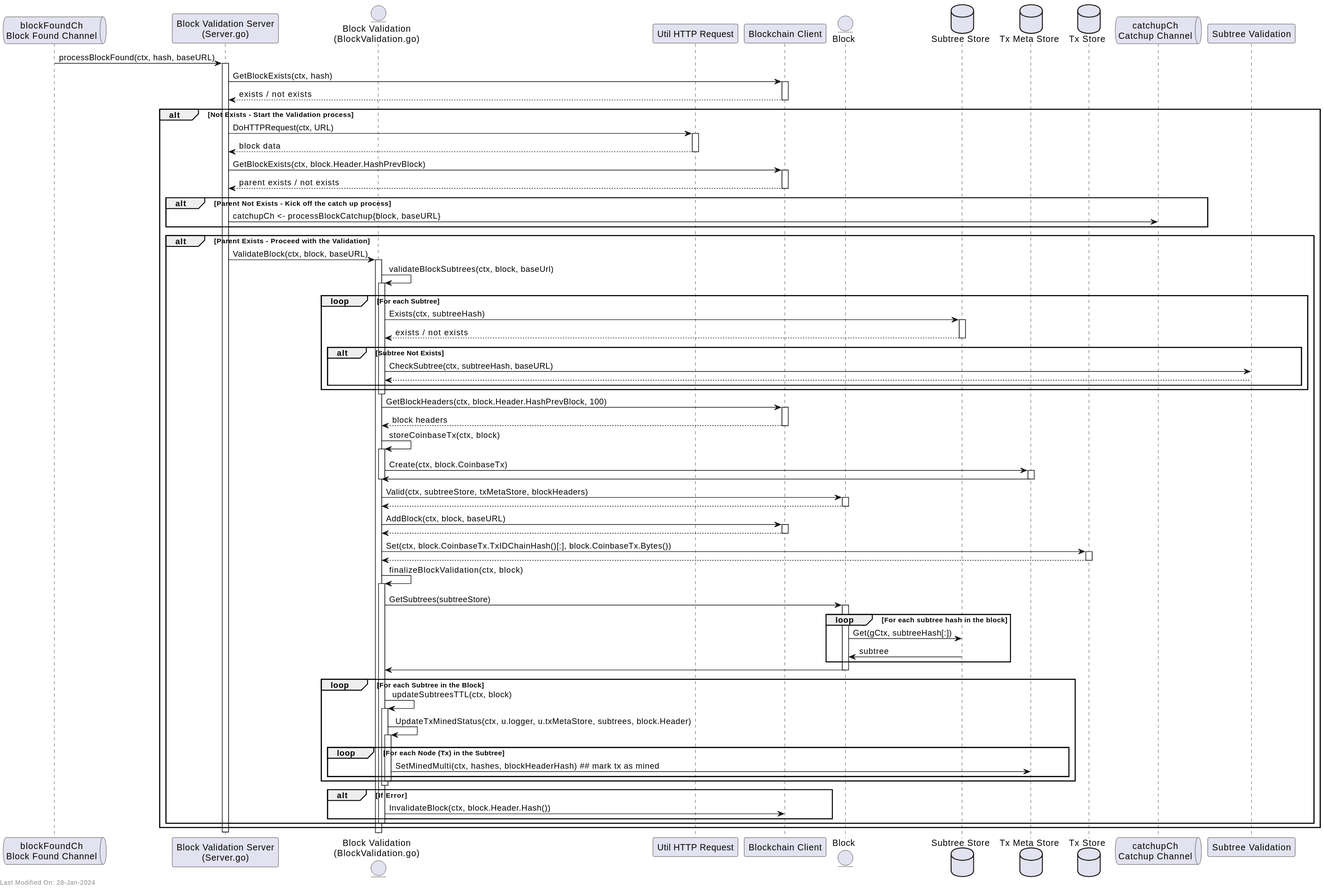
Before: docs/services/img/plantuml/blockvalidation/block_validation_p2p_block_validation.svg, a diagram exported from PlantUML (freemans13/teranode). Its source is kept beside it as docs/services/img/plantuml/blockvalidation/block_validation_p2p_block_validation.puml. The source it was exported from:
```plantuml
@startuml
queue "blockFoundCh\nBlock Found Channel" as BFC
participant "Block Validation Server\n(Server.go)" as BVS
entity "Block Validation\n(BlockValidation.go)" as BVVB
participant "Util HTTP Request" as Util
participant "Blockchain Client" as BC
entity "Block" as Block
database "Subtree Store" as SubtreeStore
database "Tx Meta Store" as TxMetaStore
database "Tx Store" as TxStore
queue "catchupCh\nCatchup Channel" as CCC
participant "Subtree Validation" as SVS

BFC -> BVS: processBlockFound(ctx, hash, baseURL)
activate BVS

BVS -> BC: GetBlockExists(ctx, hash)
activate BC
BC --> BVS: exists / not exists
deactivate BC

alt Not Exists - Start the Validation process
    BVS -> Util: DoHTTPRequest(ctx, URL)
    activate Util
    Util --> BVS: block data
    deactivate Util

    BVS -> BC: GetBlockExists(ctx, block.Header.HashPrevBlock)
    activate BC
    BC --> BVS: parent exists / not exists
    deactivate BC

    alt Parent Not Exists - Kick off the catch up process
        BVS -> CCC: catchupCh <- processBlockCatchup{block, baseURL}
    end

    alt Parent Exists - Proceed with the Validation

    BVS -> BVVB: ValidateBlock(ctx, block, baseURL)
    activate BVVB
    BVVB -> BVVB: validateBlockSubtrees(ctx, block, baseUrl)
    activate BVVB

    loop For each Subtree
       BVVB -> SubtreeStore: Exists(ctx, subtreeHash)
       activate SubtreeStore
       SubtreeStore --> BVVB: exists / not exists
       deactivate SubtreeStore

        alt Subtree Not Exists
           BVVB -> SVS: CheckSubtree(ctx, subtreeHash, baseURL)
           SVS --> BVVB
        end
    end

    deactivate BVVB

    BVVB -> BC: GetBlockHeaders(ctx, block.Header.HashPrevBlock, 100)
    activate BC
    BC --> BVVB: block headers
    deactivate BC

    BVVB -> BVVB: storeCoinbaseTx(ctx, block)
    activate BVVB
    BVVB -> TxMetaStore: Create(ctx, block.CoinbaseTx)
    activate TxMetaStore
    TxMetaStore -> BVVB
    deactivate TxMetaStore
    deactivate BVVB


    BVVB -> Block: Valid(ctx, subtreeStore, txMetaStore, blockHeaders)
    activate Block
    Block --> BVVB
    deactivate Block


    BVVB -> BC: AddBlock(ctx, block, baseURL)
    activate BC
    BC --> BVVB
    deactivate BC

    BVVB -> TxStore: Set(ctx, block.CoinbaseTx.TxIDChainHash()[:], block.CoinbaseTx.Bytes())
    activate TxStore
    TxStore --> BVVB
    deactivate TxStore



    BVVB -> BVVB: finalizeBlockValidation(ctx, block)
    activate BVVB
    BVVB -> Block: GetSubtrees(subtreeStore)
    activate Block
    loop For each subtree hash in the block
        Block -> SubtreeStore: Get(gCtx, subtreeHash[:])
        SubtreeStore -> Block: subtree
    end
    Block -> BVVB
    deactivate Block
    loop For each Subtree in the Block
       BVVB -> BVVB: updateSubtreesTTL(ctx, block)
       activate BVVB
       BVVB -> BVVB: UpdateTxMinedStatus(ctx, u.logger, u.txMetaStore, subtrees, block.Header)
       activate BVVB
       loop For each Node (Tx) in the Subtree
          BVVB  -> TxMetaStore: SetMinedMulti(ctx, hashes, blockHeaderHash) ## mark tx as mined
       end

       deactivate BVVB
    end
    deactivate BVVB
    alt If Error
    BVVB  -> BC: InvalidateBlock(ctx, block.Header.Hash())
    end
    deactivate BVVB
    end

end

deactivate BVS

left footer Last Modified On: 28-Jan-2024

@enduml
```
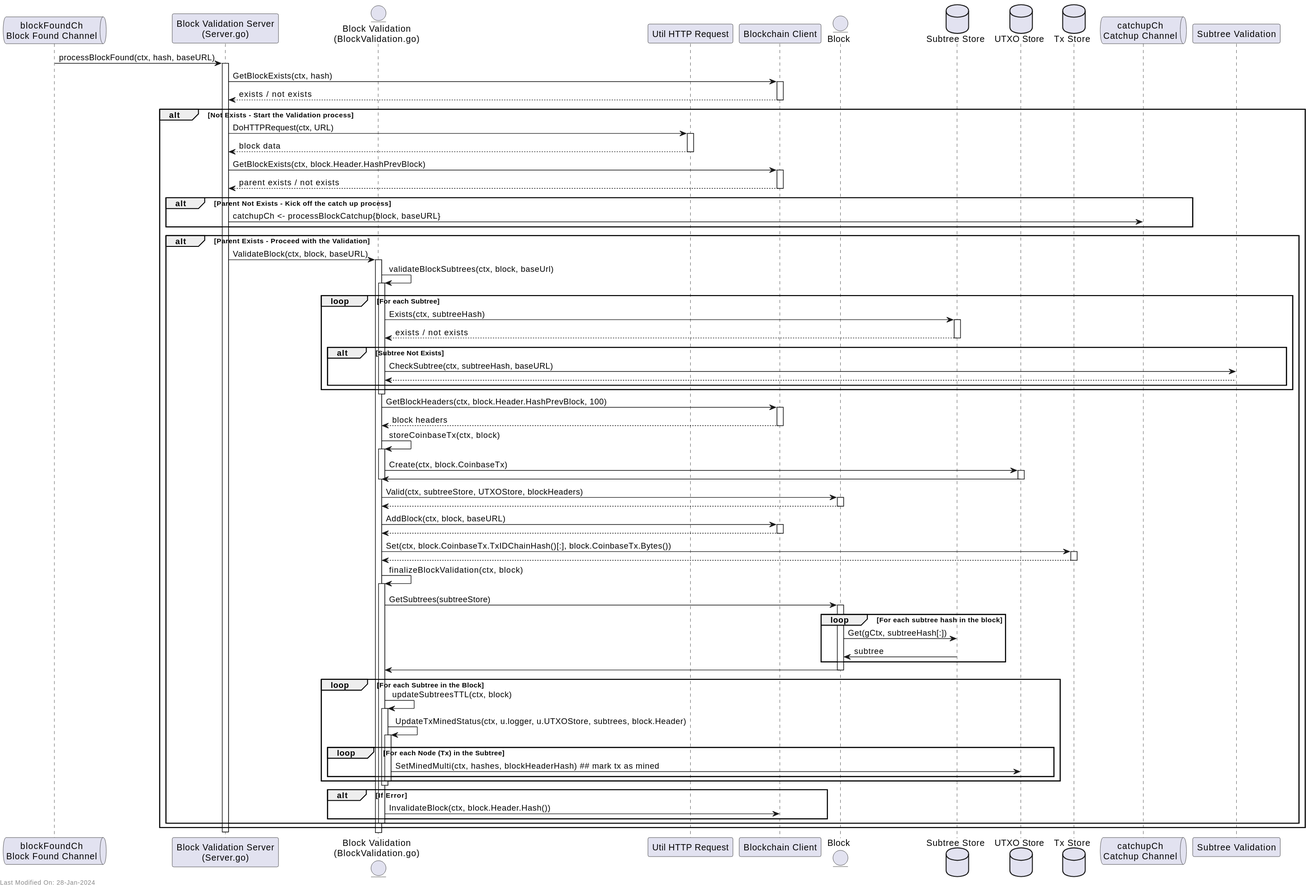
The same file after the commit.

Diff of the diagram source:
```diff
@@ -6,7 +6,7 @@
 participant "Blockchain Client" as BC
 entity "Block" as Block
 database "Subtree Store" as SubtreeStore
-database "Tx Meta Store" as TxMetaStore
+database "UTXO Store" as UTXOStore
 database "Tx Store" as TxStore
 queue "catchupCh\nCatchup Channel" as CCC
 participant "Subtree Validation" as SVS
@@ -62,14 +62,14 @@
 
     BVVB -> BVVB: storeCoinbaseTx(ctx, block)
     activate BVVB
-    BVVB -> TxMetaStore: Create(ctx, block.CoinbaseTx)
-    activate TxMetaStore
-    TxMetaStore -> BVVB
-    deactivate TxMetaStore
+    BVVB -> UTXOStore: Create(ctx, block.CoinbaseTx)
+    activate UTXOStore
+    UTXOStore -> BVVB
+    deactivate UTXOStore
     deactivate BVVB
 
 
-    BVVB -> Block: Valid(ctx, subtreeStore, txMetaStore, blockHeaders)
+    BVVB -> Block: Valid(ctx, subtreeStore, UTXOStore, blockHeaders)
     activate Block
     Block --> BVVB
     deactivate Block
@@ -100,10 +100,10 @@
     loop For each Subtree in the Block
        BVVB -> BVVB: updateSubtreesTTL(ctx, block)
        activate BVVB
-       BVVB -> BVVB: UpdateTxMinedStatus(ctx, u.logger, u.txMetaStore, subtrees, block.Header)
+       BVVB -> BVVB: UpdateTxMinedStatus(ctx, u.logger, u.UTXOStore, subtrees, block.Header)
        activate BVVB
        loop For each Node (Tx) in the Subtree
-          BVVB  -> TxMetaStore: SetMinedMulti(ctx, hashes, blockHeaderHash) ## mark tx as mined
+          BVVB  -> UTXOStore: SetMinedMulti(ctx, hashes, blockHeaderHash) ## mark tx as mined
        end
 
        deactivate BVVB
```
